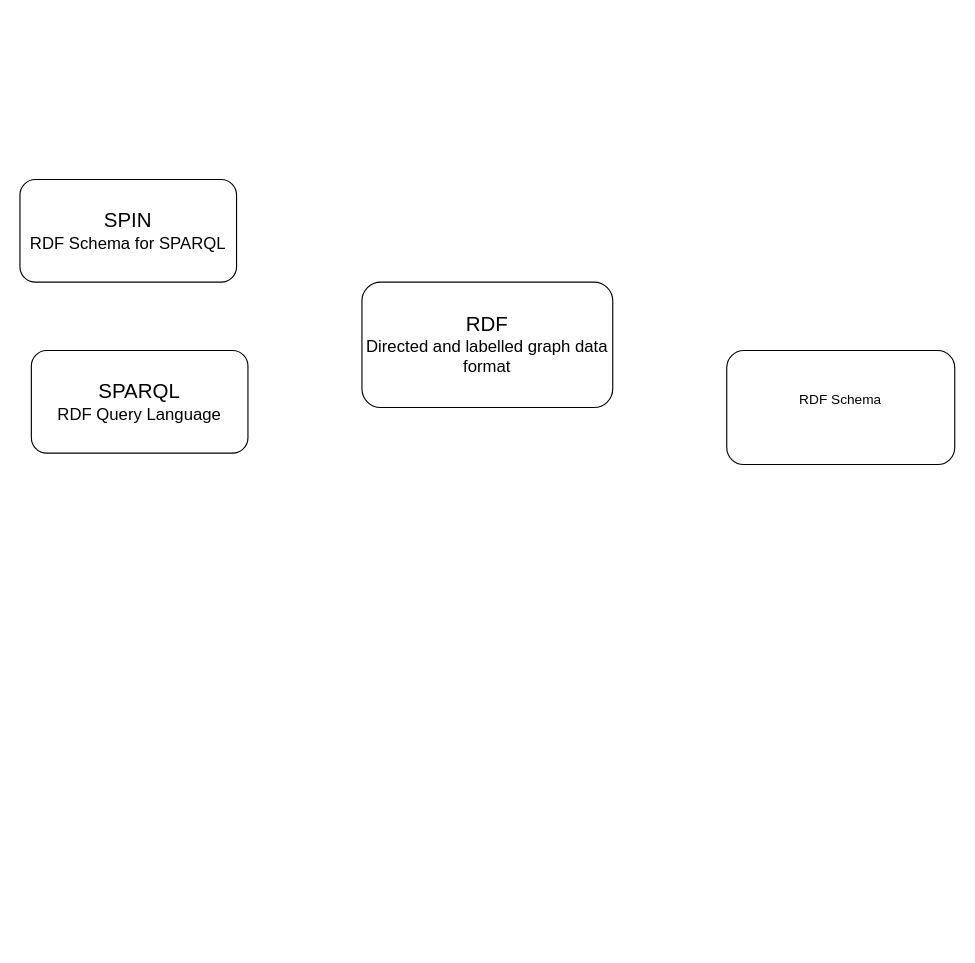
This is page "Page-1" (1 of 2) of RDF.drawio from ganijon/notes, a draw.io file, before an edit. Source tidied: cells renumbered, new cells numbered last; positions are measured from the earlier drawing's top-left corner, leaving out a move shared by most shapes. Both pictures are drawn from the tidied source at 114%, with x=0, y=0 at pixel (19, 179).
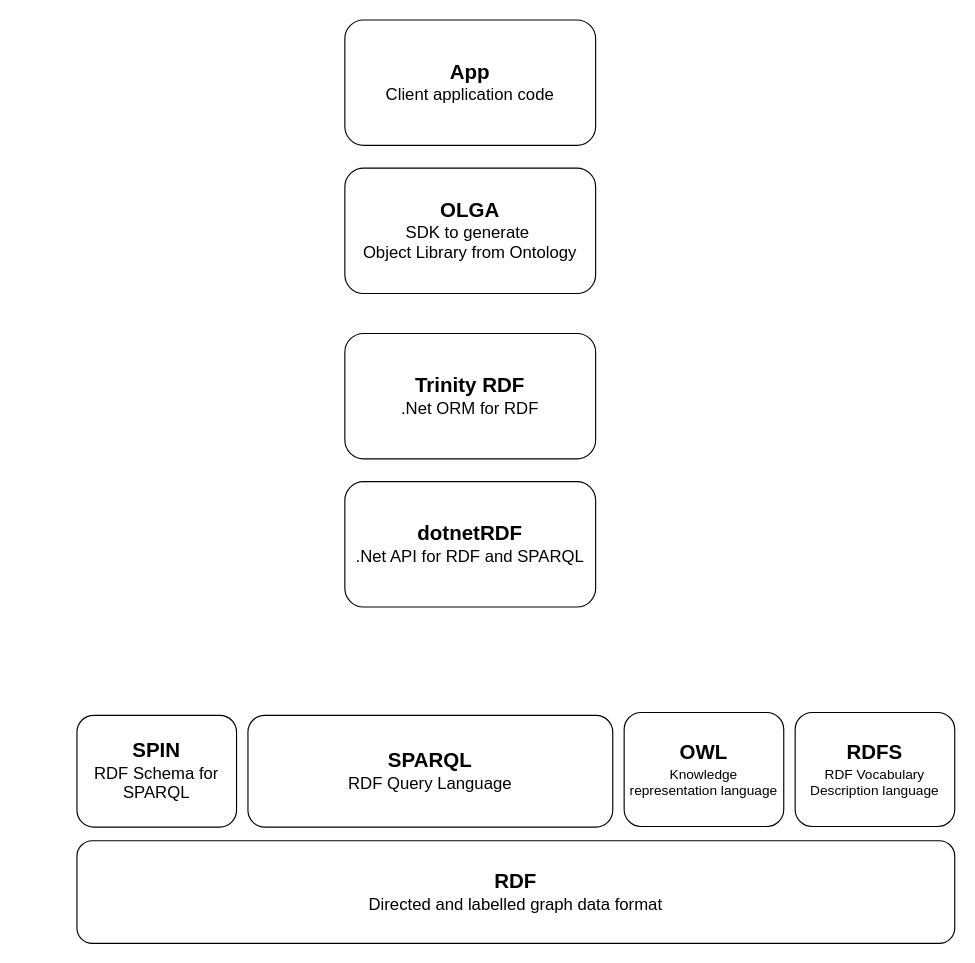
Above is the later version.

Change to the diagram source:
```diff
@@
 <mxGraphModel>
   <root>
     <mxCell id="0" />
     <mxCell id="1" parent="0" />
-    <mxCell id="2" value="&lt;font style=&quot;font-size: 18px&quot;&gt;RDF&lt;/font&gt;&lt;br&gt;&lt;p style=&quot;margin-top: 0pt ; margin-bottom: 0pt ; margin-left: 0in ; direction: ltr ; unicode-bidi: embed ; word-break: normal&quot;&gt;&lt;span style=&quot;font-size: 11pt ; font-family: &amp;#34;calibri&amp;#34;&quot;&gt;Directed and labelled graph data format&lt;/span&gt;&lt;/p&gt;" style="rounded=1;whiteSpace=wrap;html=1;" parent="1" vertex="1">
-      <mxGeometry x="300" y="90" width="220" height="110" as="geometry" />
+    <mxCell id="2" value="&lt;font style=&quot;font-size: 18px&quot;&gt;&lt;b&gt;RDF&lt;/b&gt;&lt;/font&gt;&lt;br&gt;&lt;p style=&quot;margin-top: 0pt ; margin-bottom: 0pt ; margin-left: 0in ; direction: ltr ; unicode-bidi: embed ; word-break: normal&quot;&gt;&lt;span style=&quot;font-size: 11pt ; font-family: &amp;#34;calibri&amp;#34;&quot;&gt;Directed and labelled graph data format&lt;/span&gt;&lt;/p&gt;" style="rounded=1;whiteSpace=wrap;html=1;" parent="1" vertex="1">
+      <mxGeometry x="50" y="580" width="770" height="90" as="geometry" />
     </mxCell>
-    <mxCell id="3" value="&lt;font style=&quot;font-size: 12px&quot;&gt;RDF Schema&lt;br&gt;&lt;br&gt;&lt;/font&gt;" style="rounded=1;whiteSpace=wrap;html=1;" parent="1" vertex="1">
-      <mxGeometry x="620" y="150" width="200" height="100" as="geometry" />
+    <mxCell id="3" value="&lt;font&gt;&lt;font style=&quot;font-size: 18px&quot;&gt;&lt;b&gt;RDFS&lt;/b&gt;&lt;/font&gt;&lt;br&gt;RDF Vocabulary Description language&lt;br&gt;&lt;/font&gt;" style="rounded=1;whiteSpace=wrap;html=1;" parent="1" vertex="1">
+      <mxGeometry x="680" y="467.5" width="140" height="100" as="geometry" />
     </mxCell>
-    <mxCell id="4" value="&lt;font style=&quot;font-size: 18px&quot;&gt;SPARQL&lt;/font&gt;&lt;br&gt;&lt;p style=&quot;margin-top: 0pt ; margin-bottom: 0pt ; margin-left: 0in ; direction: ltr ; unicode-bidi: embed ; word-break: normal&quot;&gt;&lt;span style=&quot;font-size: 11pt ; font-family: &amp;#34;calibri&amp;#34;&quot;&gt;RDF&lt;/span&gt;&lt;span style=&quot;font-size: 11pt ; font-family: &amp;#34;calibri&amp;#34;&quot;&gt; &lt;/span&gt;&lt;span style=&quot;font-size: 11pt ; font-family: &amp;#34;calibri&amp;#34;&quot;&gt;Query&lt;/span&gt;&lt;span style=&quot;font-size: 11pt ; font-family: &amp;#34;calibri&amp;#34;&quot;&gt; &lt;/span&gt;&lt;span style=&quot;font-size: 11pt ; font-family: &amp;#34;calibri&amp;#34;&quot;&gt;Language&lt;/span&gt;&lt;/p&gt;" style="rounded=1;whiteSpace=wrap;html=1;" parent="1" vertex="1">
-      <mxGeometry x="10" y="150" width="190" height="90" as="geometry" />
+    <mxCell id="4" value="&lt;font style=&quot;font-size: 18px&quot;&gt;&lt;b&gt;SPARQL&lt;/b&gt;&lt;/font&gt;&lt;br&gt;&lt;p style=&quot;margin-top: 0pt ; margin-bottom: 0pt ; margin-left: 0in ; direction: ltr ; unicode-bidi: embed ; word-break: normal&quot;&gt;&lt;span style=&quot;font-size: 11pt ; font-family: &amp;#34;calibri&amp;#34;&quot;&gt;RDF&lt;/span&gt;&lt;span style=&quot;font-size: 11pt ; font-family: &amp;#34;calibri&amp;#34;&quot;&gt; &lt;/span&gt;&lt;span style=&quot;font-size: 11pt ; font-family: &amp;#34;calibri&amp;#34;&quot;&gt;Query&lt;/span&gt;&lt;span style=&quot;font-size: 11pt ; font-family: &amp;#34;calibri&amp;#34;&quot;&gt; &lt;/span&gt;&lt;span style=&quot;font-size: 11pt ; font-family: &amp;#34;calibri&amp;#34;&quot;&gt;Language&lt;/span&gt;&lt;/p&gt;" style="rounded=1;whiteSpace=wrap;html=1;" parent="1" vertex="1">
+      <mxGeometry x="200" y="470" width="320" height="98" as="geometry" />
     </mxCell>
-    <mxCell id="5" value="&lt;font style=&quot;font-size: 18px&quot;&gt;SPIN&lt;/font&gt;&lt;br&gt;&lt;p style=&quot;margin-top: 0pt ; margin-bottom: 0pt ; margin-left: 0in ; direction: ltr ; unicode-bidi: embed ; word-break: normal&quot;&gt;&lt;span style=&quot;font-size: 11pt ; font-family: &amp;#34;calibri&amp;#34;&quot;&gt;RDF&lt;/span&gt;&lt;span style=&quot;font-size: 11pt ; font-family: &amp;#34;calibri&amp;#34;&quot;&gt; &lt;/span&gt;&lt;span style=&quot;font-size: 11pt ; font-family: &amp;#34;calibri&amp;#34;&quot;&gt;Schema for&lt;/span&gt;&lt;span style=&quot;font-size: 11pt ; font-family: &amp;#34;calibri&amp;#34;&quot;&gt; &lt;/span&gt;&lt;span style=&quot;font-size: 11pt ; font-family: &amp;#34;calibri&amp;#34;&quot;&gt;SPARQ&lt;/span&gt;&lt;span style=&quot;font-size: 11pt ; font-family: &amp;#34;calibri&amp;#34;&quot;&gt;L&lt;/span&gt;&lt;/p&gt;" style="rounded=1;whiteSpace=wrap;html=1;" parent="1" vertex="1">
-      <mxGeometry width="190" height="90" as="geometry" />
+    <mxCell id="5" value="&lt;font style=&quot;font-size: 18px&quot;&gt;&lt;b&gt;SPIN&lt;/b&gt;&lt;/font&gt;&lt;br&gt;&lt;p style=&quot;margin-top: 0pt ; margin-bottom: 0pt ; margin-left: 0in ; direction: ltr ; unicode-bidi: embed ; word-break: normal&quot;&gt;&lt;span style=&quot;font-size: 11pt ; font-family: &amp;#34;calibri&amp;#34;&quot;&gt;RDF&lt;/span&gt;&lt;span style=&quot;font-size: 11pt ; font-family: &amp;#34;calibri&amp;#34;&quot;&gt; &lt;/span&gt;&lt;span style=&quot;font-size: 11pt ; font-family: &amp;#34;calibri&amp;#34;&quot;&gt;Schema for&lt;/span&gt;&lt;span style=&quot;font-size: 11pt ; font-family: &amp;#34;calibri&amp;#34;&quot;&gt; &lt;/span&gt;&lt;span style=&quot;font-size: 11pt ; font-family: &amp;#34;calibri&amp;#34;&quot;&gt;SPARQ&lt;/span&gt;&lt;span style=&quot;font-size: 11pt ; font-family: &amp;#34;calibri&amp;#34;&quot;&gt;L&lt;/span&gt;&lt;/p&gt;" style="rounded=1;whiteSpace=wrap;html=1;" parent="1" vertex="1">
+      <mxGeometry x="50" y="470" width="140" height="98" as="geometry" />
     </mxCell>
+    <mxCell id="6" value="&lt;font style=&quot;font-size: 18px&quot;&gt;&lt;b&gt;dotnetRDF&lt;/b&gt;&lt;/font&gt;&lt;br&gt;&lt;p style=&quot;margin-top: 0pt ; margin-bottom: 0pt ; margin-left: 0in ; direction: ltr ; unicode-bidi: embed ; word-break: normal&quot;&gt;&lt;span style=&quot;font-size: 11pt ; font-family: &amp;#34;calibri&amp;#34;&quot;&gt;.Net API&amp;nbsp;&lt;/span&gt;&lt;span style=&quot;font-family: &amp;#34;calibri&amp;#34; ; font-size: 11pt&quot;&gt;for RDF and SPARQL&lt;/span&gt;&lt;/p&gt;" style="rounded=1;whiteSpace=wrap;html=1;" parent="1" vertex="1">
+      <mxGeometry x="285" y="265" width="220" height="110" as="geometry" />
+    </mxCell>
+    <mxCell id="7" value="&lt;font style=&quot;font-size: 18px&quot;&gt;&lt;b&gt;Trinity RDF&lt;/b&gt;&lt;/font&gt;&lt;br&gt;&lt;p style=&quot;margin-top: 0pt ; margin-bottom: 0pt ; margin-left: 0in ; direction: ltr ; unicode-bidi: embed ; word-break: normal&quot;&gt;&lt;span style=&quot;font-size: 11pt ; font-family: &amp;#34;calibri&amp;#34;&quot;&gt;.Net ORM for RDF&lt;/span&gt;&lt;/p&gt;" style="rounded=1;whiteSpace=wrap;html=1;" parent="1" vertex="1">
+      <mxGeometry x="285" y="135" width="220" height="110" as="geometry" />
+    </mxCell>
+    <mxCell id="8" value="&lt;font style=&quot;font-size: 18px&quot;&gt;&lt;b&gt;OLGA&lt;/b&gt;&lt;/font&gt;&lt;br&gt;&lt;span style=&quot;font-family: &amp;#34;calibri&amp;#34; ; font-size: 14.6667px&quot;&gt;SDK to generate&amp;nbsp;&lt;/span&gt;&lt;p style=&quot;margin-top: 0pt ; margin-bottom: 0pt ; margin-left: 0in ; direction: ltr ; unicode-bidi: embed ; word-break: normal&quot;&gt;&lt;span style=&quot;font-size: 11pt ; font-family: &amp;#34;calibri&amp;#34;&quot;&gt;Object Library from Ontology&lt;/span&gt;&lt;/p&gt;" style="rounded=1;whiteSpace=wrap;html=1;" parent="1" vertex="1">
+      <mxGeometry x="285" y="-10" width="220" height="110" as="geometry" />
+    </mxCell>
+    <mxCell id="9" value="&lt;font&gt;&lt;font style=&quot;font-size: 18px&quot;&gt;&lt;b&gt;OWL&lt;/b&gt;&lt;/font&gt;&lt;br&gt;Knowledge representation language&lt;br&gt;&lt;/font&gt;" style="rounded=1;whiteSpace=wrap;html=1;" parent="1" vertex="1">
+      <mxGeometry x="530" y="467.5" width="140" height="100" as="geometry" />
+    </mxCell>
+    <mxCell id="10" value="&lt;font style=&quot;font-size: 18px&quot;&gt;&lt;b&gt;App&lt;/b&gt;&lt;/font&gt;&lt;br&gt;&lt;span style=&quot;font-family: &amp;#34;calibri&amp;#34; ; font-size: 14.6667px&quot;&gt;Client application code&lt;/span&gt;&lt;span style=&quot;font-family: &amp;#34;calibri&amp;#34; ; font-size: 14.6667px&quot;&gt;&lt;br&gt;&lt;/span&gt;" style="rounded=1;whiteSpace=wrap;html=1;" parent="1" vertex="1">
+      <mxGeometry x="285" y="-140" width="220" height="110" as="geometry" />
+    </mxCell>
   </root>
 </mxGraphModel>
```
